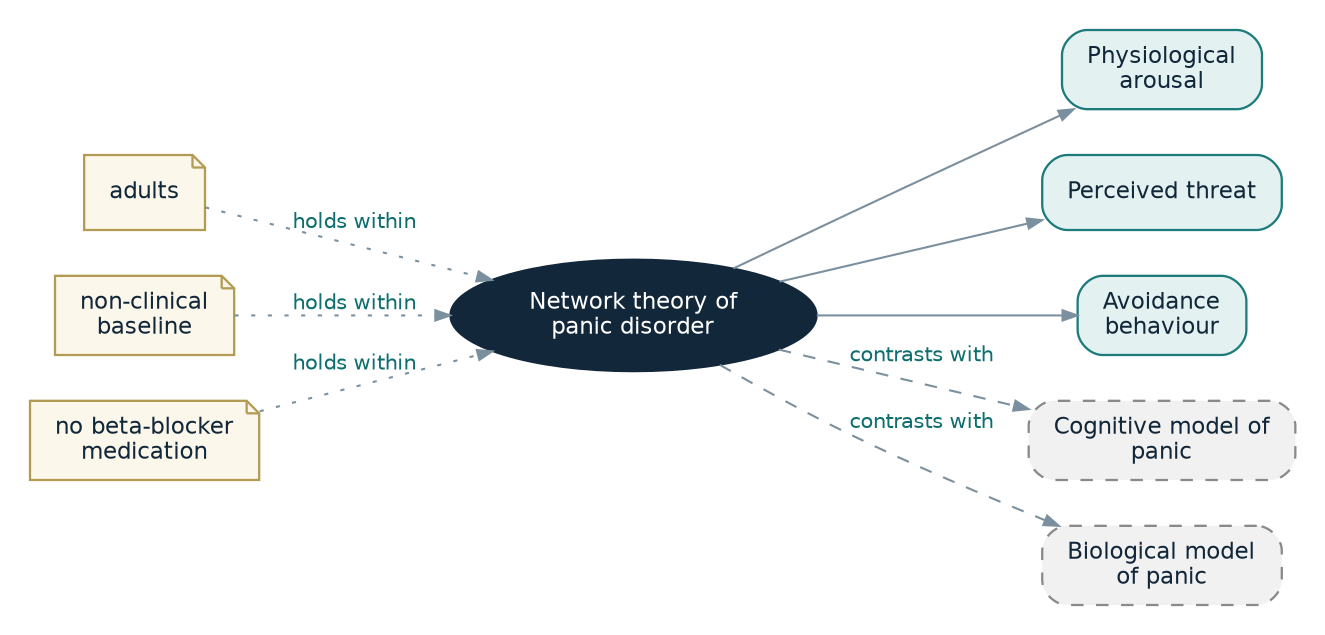
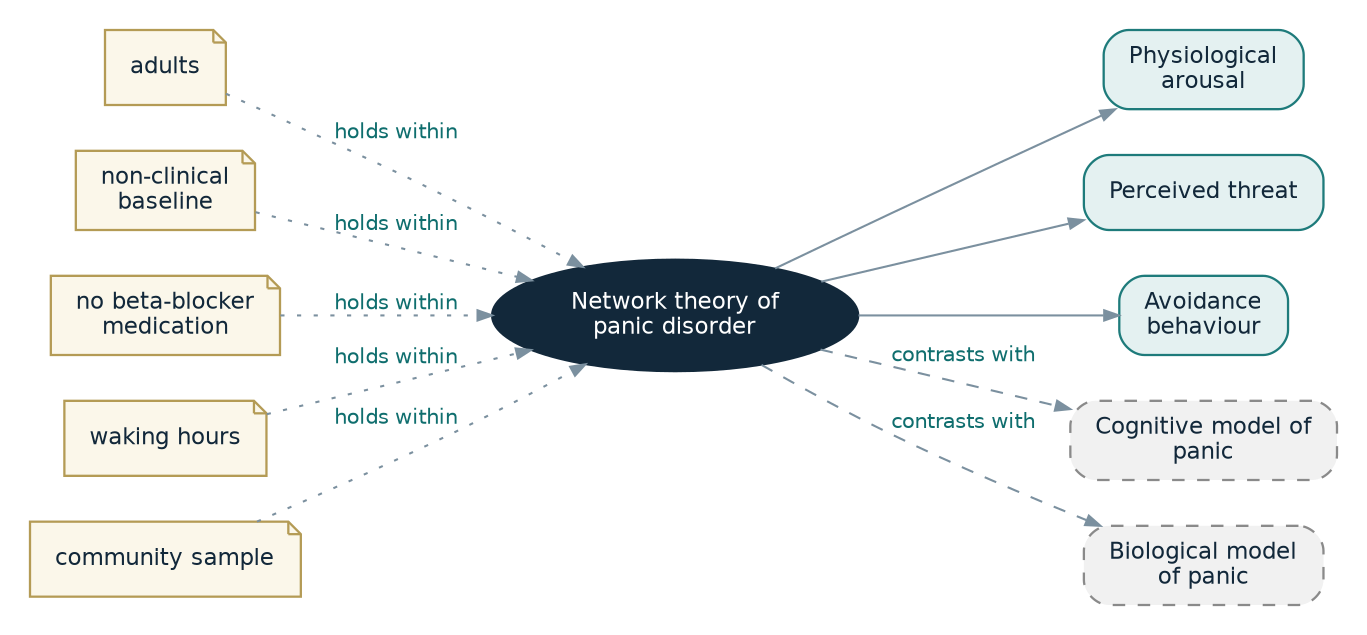
digraph context {
  graph [rankdir=LR, bgcolor="transparent", fontname="Helvetica", fontsize=11, pad="0.2", nodesep="0.3", ranksep="0.45"];
  node [fontname="Helvetica", fontsize=11, shape=box, style="rounded,filled", color="#33567A", fillcolor="#F2F6F9", fontcolor="#12283A", penwidth=1.1, margin="0.16,0.1"];
  edge [fontname="Helvetica", fontsize=10, color="#7B909F", fontcolor="#0F6E6E", arrowsize=0.7];
  "theory" [shape=ellipse, label="Network theory of\npanic disorder", fillcolor="#12283A", color="#12283A", fontcolor="#FFFFFF"];
  "c_arousal" [label="Physiological\narousal", fillcolor="#E4F1F1", color="#1E7B7B"];
  "theory" -> "c_arousal";
  "c_perceived_threat" [label="Perceived threat", fillcolor="#E4F1F1", color="#1E7B7B"];
  "theory" -> "c_perceived_threat";
  "c_avoidance" [label="Avoidance\nbehaviour", fillcolor="#E4F1F1", color="#1E7B7B"];
  "theory" -> "c_avoidance";
  "scope1" [shape=note, style="filled", label="adults", fillcolor="#FBF7EA", color="#B49B55"];
  "scope1" -> "theory" [style=dotted, label="holds within"];
  "scope2" [shape=note, style="filled", label="non-clinical\nbaseline", fillcolor="#FBF7EA", color="#B49B55"];
  "scope2" -> "theory" [style=dotted, label="holds within"];
  "scope3" [shape=note, style="filled", label="no beta-blocker\nmedication", fillcolor="#FBF7EA", color="#B49B55"];
  "scope3" -> "theory" [style=dotted, label="holds within"];
+   "scope4" [shape=note, style="filled", label="waking hours", fillcolor="#FBF7EA", color="#B49B55"];
+   "scope4" -> "theory" [style=dotted, label="holds within"];
+   "scope5" [shape=note, style="filled", label="community sample", fillcolor="#FBF7EA", color="#B49B55"];
+   "scope5" -> "theory" [style=dotted, label="holds within"];
  "alt_cognitive" [style="rounded,filled,dashed", label="Cognitive model of\npanic", fillcolor="#F1F1F1", color="#8A8A8A"];
  "theory" -> "alt_cognitive" [style=dashed, label="contrasts with"];
  "alt_biological" [style="rounded,filled,dashed", label="Biological model\nof panic", fillcolor="#F1F1F1", color="#8A8A8A"];
  "theory" -> "alt_biological" [style=dashed, label="contrasts with"];
}
